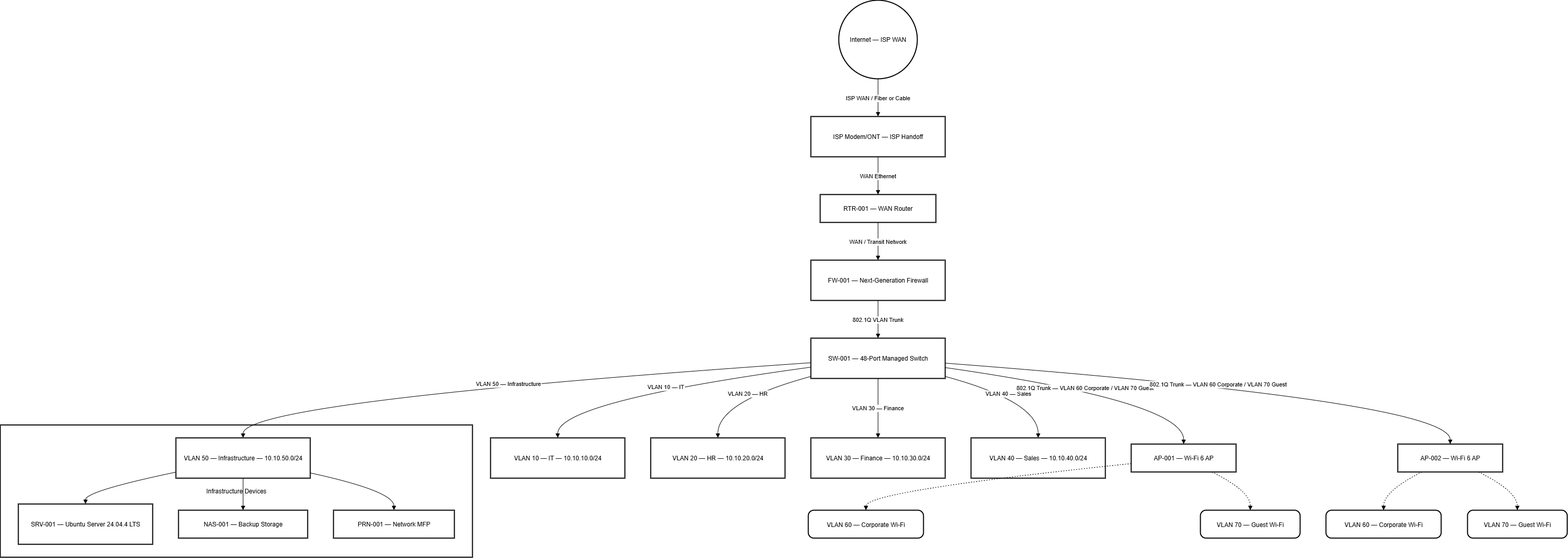
Above: diagrams/ABC Startup Solutions Enterprise Network Infrastructure.png in judzero/Week02 (draw.io), before the change. Source tidied: cells renumbered, new cells last; positions are measured from the earlier drawing's top-left corner, leaving out a move shared by most shapes.
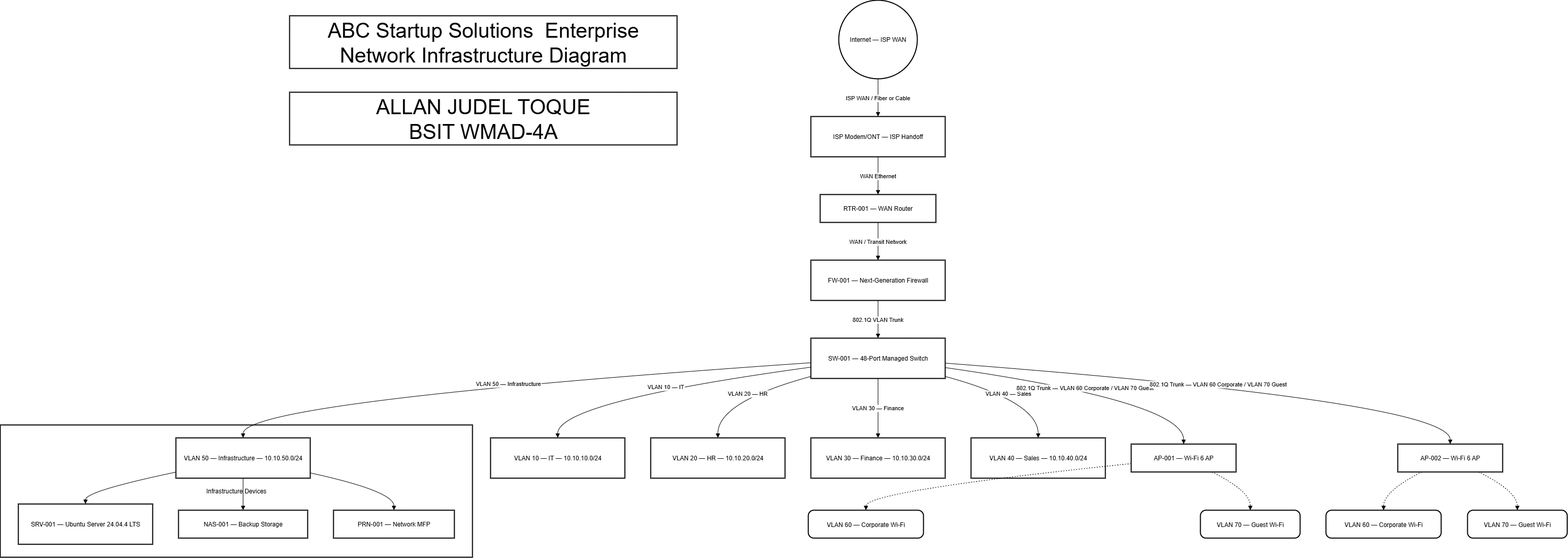
The same file after the commit.

What changed in the source:
```diff
@@ -164,5 +164,11 @@
         </Array>
       </mxGeometry>
     </mxCell>
+    <mxCell id="40" value="ABC Startup Solutions  Enterprise Network Infrastructure Diagram" style="whiteSpace=wrap;strokeWidth=2;fontSize=40;" parent="1" vertex="1">
+      <mxGeometry x="560" y="30" width="750" height="102" as="geometry" />
+    </mxCell>
+    <mxCell id="41" value="ALLAN JUDEL TOQUE&#10;BSIT WMAD-4A" style="whiteSpace=wrap;strokeWidth=2;fontSize=40;" parent="1" vertex="1">
+      <mxGeometry x="560" y="178" width="750" height="102" as="geometry" />
+    </mxCell>
   </root>
 </mxGraphModel>
```
